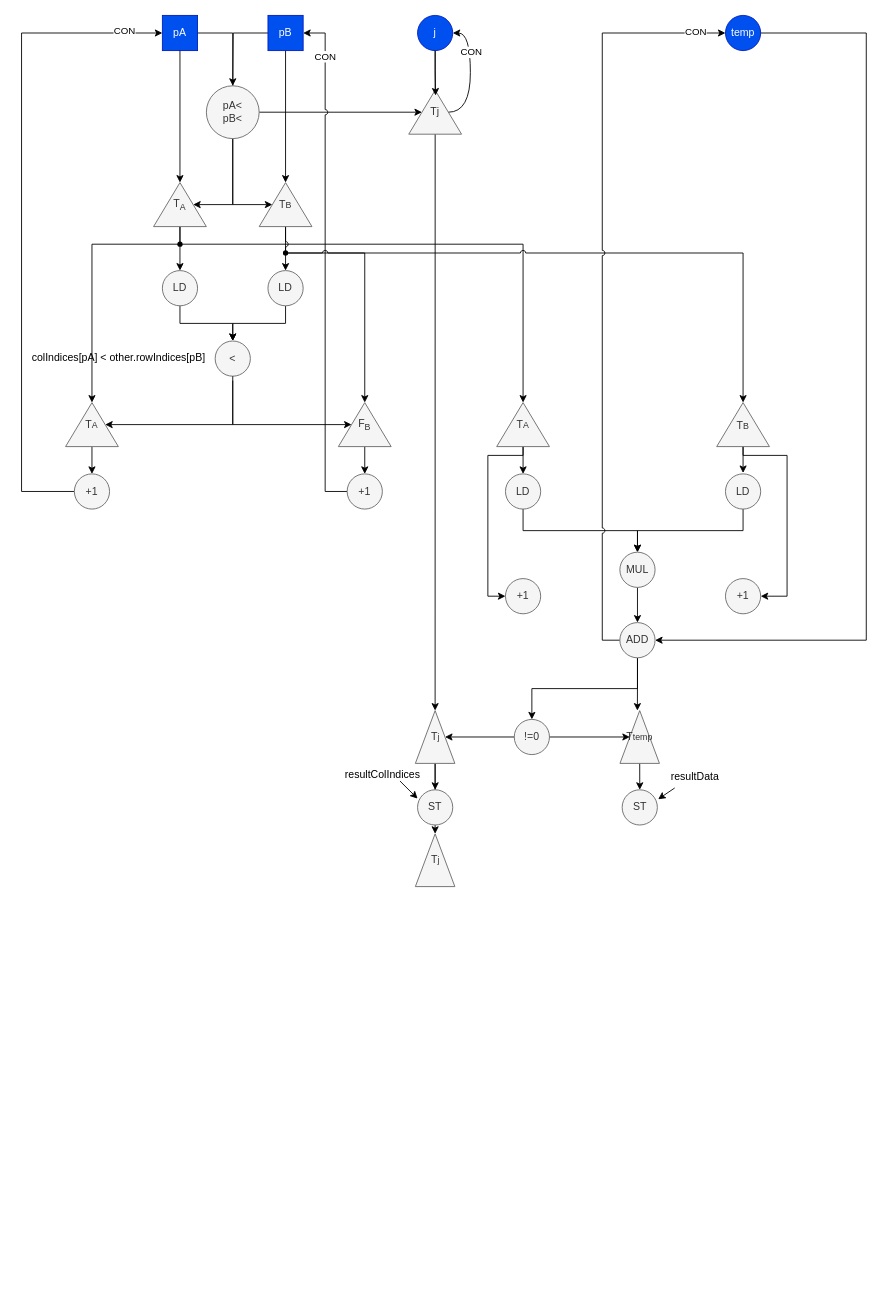
The draw.io diagram test02.drawio in HPC-SDC/Operator, before the edit. Source tidied: cells renumbered, new cells numbered last; positions are measured from the earlier drawing's top-left corner, leaving out a move shared by most shapes. Both pictures are drawn from the tidied source at 88%, with x=0, y=0 at pixel (21, 15).
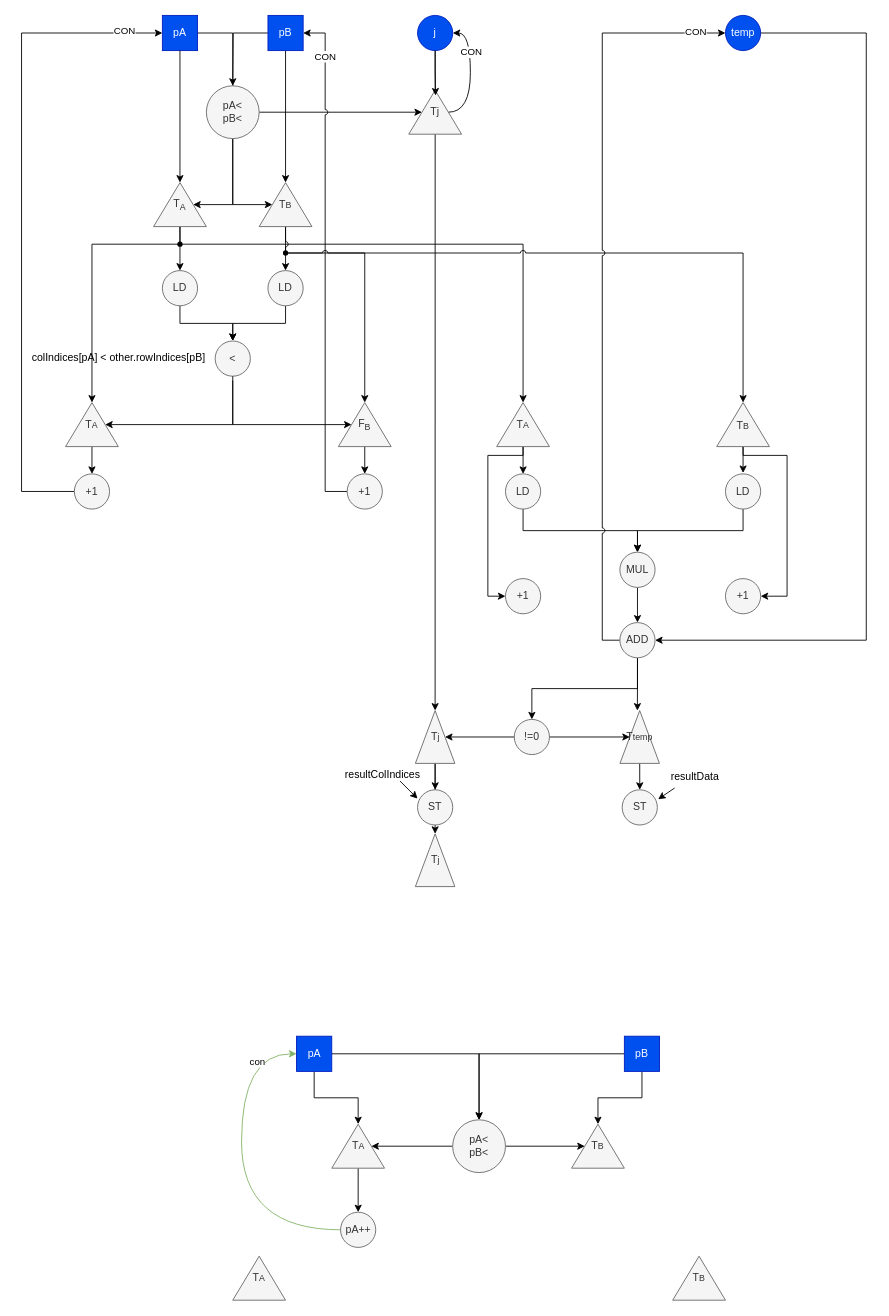
The same page after the edit.

Change to the diagram source:
```diff
@@
+    <mxCell id="82" style="edgeStyle=orthogonalEdgeStyle;rounded=0;jettySize=auto;html=1;exitX=0.5;exitY=1;exitDx=0;exitDy=0;entryX=1;entryY=0.5;entryDx=0;entryDy=0;" parent="1" edge="1" source="84" target="93">
+      <mxGeometry relative="1" as="geometry" />
+    </mxCell>
+    <mxCell id="83" style="edgeStyle=orthogonalEdgeStyle;rounded=0;jettySize=auto;html=1;exitX=1;exitY=0.5;exitDx=0;exitDy=0;entryX=0.5;entryY=0;entryDx=0;entryDy=0;" parent="1" edge="1" source="84" target="90">
+      <mxGeometry relative="1" as="geometry" />
+    </mxCell>
+    <mxCell id="84" value="pA" style="rectangle;whiteSpace=wrap;html=1;perimeter=rectanglePerimeter;labelBackgroundColor=none;fillColor=#0050ef;fontColor=#ffffff;strokeColor=#001DBC;" parent="1" vertex="1">
+      <mxGeometry x="312.5" y="1160" width="40" height="40" as="geometry" />
+    </mxCell>
+    <mxCell id="85" style="edgeStyle=orthogonalEdgeStyle;rounded=0;jettySize=auto;html=1;exitX=0.5;exitY=1;exitDx=0;exitDy=0;entryX=1;entryY=0.5;entryDx=0;entryDy=0;" parent="1" edge="1" source="87" target="91">
+      <mxGeometry relative="1" as="geometry" />
+    </mxCell>
+    <mxCell id="86" style="edgeStyle=orthogonalEdgeStyle;rounded=0;jettySize=auto;html=1;exitX=0;exitY=0.5;exitDx=0;exitDy=0;entryX=0.5;entryY=0;entryDx=0;entryDy=0;" parent="1" edge="1" source="87" target="90">
+      <mxGeometry relative="1" as="geometry" />
+    </mxCell>
+    <mxCell id="87" value="pB" style="rectangle;whiteSpace=wrap;html=1;labelBackgroundColor=none;fillColor=#0050ef;fontColor=#ffffff;strokeColor=#001DBC;" parent="1" vertex="1">
+      <mxGeometry x="685" y="1160" width="40" height="40" as="geometry" />
+    </mxCell>
+    <mxCell id="88" style="edgeStyle=orthogonalEdgeStyle;rounded=0;jettySize=auto;html=1;exitX=0;exitY=0.5;exitDx=0;exitDy=0;entryX=0.5;entryY=1;entryDx=0;entryDy=0;" parent="1" edge="1" source="90" target="93">
+      <mxGeometry relative="1" as="geometry" />
+    </mxCell>
+    <mxCell id="89" style="edgeStyle=orthogonalEdgeStyle;rounded=0;jettySize=auto;html=1;exitX=1;exitY=0.5;exitDx=0;exitDy=0;entryX=0.5;entryY=0;entryDx=0;entryDy=0;" parent="1" edge="1" source="90" target="91">
+      <mxGeometry relative="1" as="geometry" />
+    </mxCell>
+    <mxCell id="90" value="pA&amp;lt;&lt;br&gt;pB&amp;lt;" style="ellipse;whiteSpace=wrap;html=1;labelBackgroundColor=none;fillColor=#f5f5f5;fontColor=#333333;strokeColor=#666666;" parent="1" vertex="1">
+      <mxGeometry x="489.9" y="1255" width="60" height="60" as="geometry" />
+    </mxCell>
+    <mxCell id="91" value="T&lt;span style=&quot;font-size: 10px;&quot;&gt;B&lt;/span&gt;" style="triangle;whiteSpace=wrap;html=1;direction=north;labelBackgroundColor=none;fillColor=#f5f5f5;fontColor=#333333;strokeColor=#666666;" parent="1" vertex="1">
+      <mxGeometry x="625" y="1260" width="60" height="50" as="geometry" />
+    </mxCell>
+    <mxCell id="92" style="edgeStyle=orthogonalEdgeStyle;rounded=0;jettySize=auto;html=1;exitX=0;exitY=0.5;exitDx=0;exitDy=0;entryX=0.5;entryY=0;entryDx=0;entryDy=0;" parent="1" edge="1" source="93" target="98">
+      <mxGeometry relative="1" as="geometry" />
+    </mxCell>
+    <mxCell id="93" value="T&lt;span style=&quot;font-size: 10px;&quot;&gt;A&lt;/span&gt;" style="triangle;whiteSpace=wrap;html=1;direction=north;labelBackgroundColor=none;fillColor=#f5f5f5;fontColor=#333333;strokeColor=#666666;" parent="1" vertex="1">
+      <mxGeometry x="352.5" y="1260" width="60" height="50" as="geometry" />
+    </mxCell>
+    <mxCell id="94" value="T&lt;span style=&quot;font-size: 10px;&quot;&gt;A&lt;/span&gt;" style="triangle;whiteSpace=wrap;html=1;direction=north;labelBackgroundColor=none;fillColor=#f5f5f5;fontColor=#333333;strokeColor=#666666;" parent="1" vertex="1">
+      <mxGeometry x="240" y="1410" width="60" height="50" as="geometry" />
+    </mxCell>
+    <mxCell id="95" value="T&lt;span style=&quot;font-size: 10px;&quot;&gt;B&lt;/span&gt;" style="triangle;whiteSpace=wrap;html=1;direction=north;labelBackgroundColor=none;fillColor=#f5f5f5;fontColor=#333333;strokeColor=#666666;" parent="1" vertex="1">
+      <mxGeometry x="739.9" y="1410" width="60" height="50" as="geometry" />
+    </mxCell>
+    <mxCell id="96" style="edgeStyle=orthogonalEdgeStyle;rounded=0;jettySize=auto;html=1;exitX=0;exitY=0.5;exitDx=0;exitDy=0;entryX=0;entryY=0.5;entryDx=0;entryDy=0;curved=1;fillColor=#d5e8d4;strokeColor=#82b366;" parent="1" edge="1" source="98" target="84">
+      <mxGeometry relative="1" as="geometry">
+        <Array as="points">
+          <mxPoint x="250" y="1380" />
+          <mxPoint x="250" y="1180" />
+        </Array>
+      </mxGeometry>
+    </mxCell>
+    <mxCell id="97" value="con" style="edgeLabel;html=1;align=center;verticalAlign=middle;" parent="96" vertex="1">
+      <mxGeometry x="0.76" y="-8" relative="1" as="geometry" />
+    </mxCell>
+    <mxCell id="98" value="pA++" style="ellipse;whiteSpace=wrap;html=1;labelBackgroundColor=none;fillColor=#f5f5f5;fontColor=#333333;strokeColor=#666666;" parent="1" vertex="1">
+      <mxGeometry x="362.5" y="1360" width="40" height="40" as="geometry" />
+    </mxCell>
```
